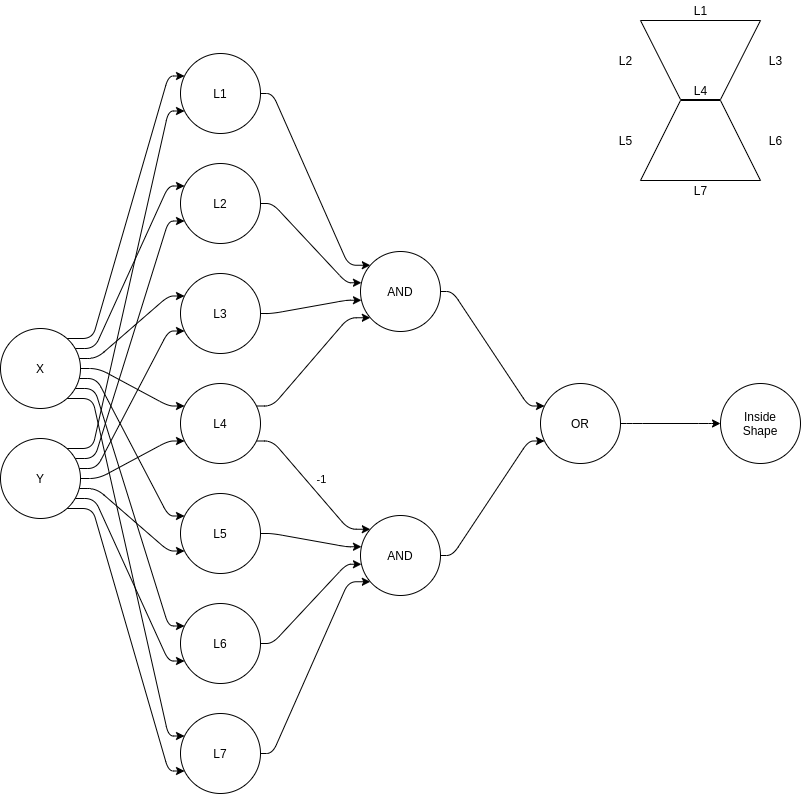
The draw.io diagram hourglass.png in joseph-coston/Multilayer-Perceptron, before a commit. Source tidied: cells renumbered, new cells last; positions are measured from the earlier drawing's top-left corner, leaving out a move shared by most shapes.
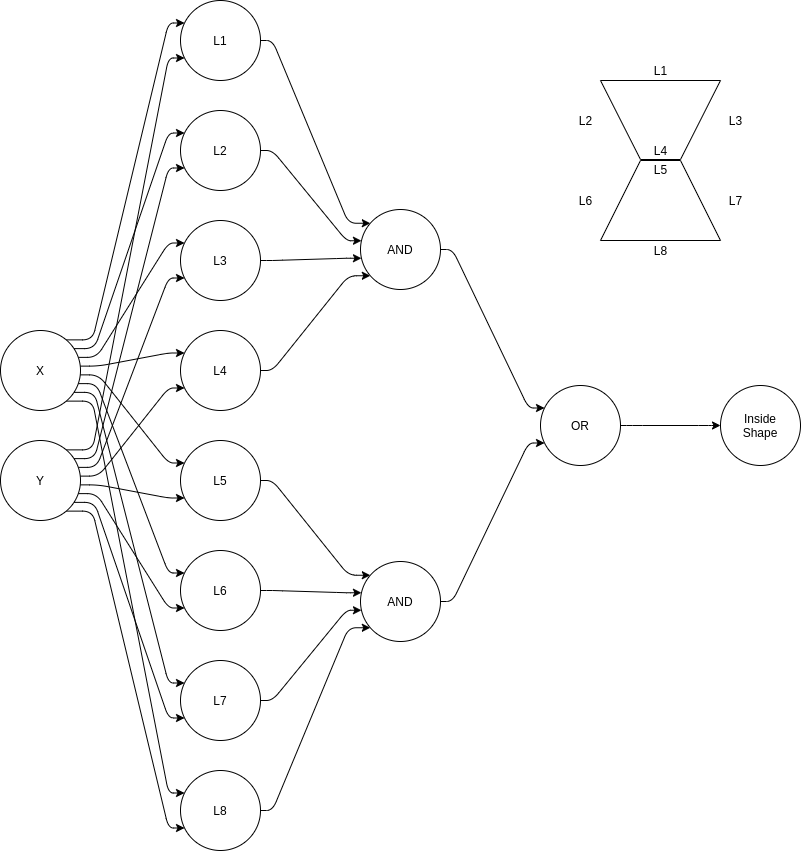
Above is the later version.

What changed in the source:
```diff
@@ -5,273 +5,290 @@
     <mxCell id="2" style="edgeStyle=none;html=1;noEdgeStyle=1;orthogonal=1;" parent="1" edge="1" source="9" target="11">
       <mxGeometry relative="1" as="geometry">
         <Array as="points">
-          <mxPoint x="92" y="338" />
-          <mxPoint x="168" y="75.5" />
+          <mxPoint x="92" y="319.4" />
+          <mxPoint x="168" y="2.5" />
         </Array>
       </mxGeometry>
     </mxCell>
     <mxCell id="3" style="edgeStyle=none;html=1;noEdgeStyle=1;orthogonal=1;" parent="1" edge="1" source="9" target="13">
       <mxGeometry relative="1" as="geometry">
         <Array as="points">
-          <mxPoint x="94" y="348" />
-          <mxPoint x="168" y="185.5" />
+          <mxPoint x="94" y="328.1" />
+          <mxPoint x="168" y="112.5" />
         </Array>
       </mxGeometry>
     </mxCell>
     <mxCell id="4" style="edgeStyle=none;html=1;noEdgeStyle=1;orthogonal=1;" parent="1" edge="1" source="9" target="15">
       <mxGeometry relative="1" as="geometry">
         <Array as="points">
-          <mxPoint x="96" y="358" />
-          <mxPoint x="168" y="295.5" />
+          <mxPoint x="96" y="336.9" />
+          <mxPoint x="168" y="222.5" />
         </Array>
       </mxGeometry>
     </mxCell>
     <mxCell id="5" style="edgeStyle=none;html=1;noEdgeStyle=1;orthogonal=1;" parent="1" edge="1" source="9" target="19">
       <mxGeometry relative="1" as="geometry">
         <Array as="points">
-          <mxPoint x="98" y="368" />
-          <mxPoint x="168" y="405.5" />
+          <mxPoint x="98" y="345.6" />
+          <mxPoint x="168" y="332.5" />
         </Array>
       </mxGeometry>
     </mxCell>
     <mxCell id="6" style="edgeStyle=none;html=1;noEdgeStyle=1;orthogonal=1;" parent="1" edge="1" source="9" target="31">
       <mxGeometry relative="1" as="geometry">
         <Array as="points">
-          <mxPoint x="96" y="378" />
-          <mxPoint x="168" y="515.5" />
+          <mxPoint x="98" y="354.4" />
+          <mxPoint x="168" y="442.5" />
         </Array>
       </mxGeometry>
     </mxCell>
     <mxCell id="7" style="edgeStyle=none;html=1;noEdgeStyle=1;orthogonal=1;" parent="1" edge="1" source="9" target="33">
       <mxGeometry relative="1" as="geometry">
         <Array as="points">
-          <mxPoint x="94" y="388" />
-          <mxPoint x="168" y="625.5" />
+          <mxPoint x="96" y="363.1" />
+          <mxPoint x="168" y="552.5" />
         </Array>
       </mxGeometry>
     </mxCell>
     <mxCell id="8" style="edgeStyle=none;html=1;noEdgeStyle=1;orthogonal=1;" parent="1" edge="1" source="9" target="35">
       <mxGeometry relative="1" as="geometry">
         <Array as="points">
-          <mxPoint x="92" y="398" />
-          <mxPoint x="168" y="735.5" />
+          <mxPoint x="94" y="371.9" />
+          <mxPoint x="168" y="662.5" />
         </Array>
       </mxGeometry>
     </mxCell>
+    <mxCell id="50" style="edgeStyle=none;html=1;noEdgeStyle=1;orthogonal=1;" parent="1" edge="1" source="9" target="53">
+      <mxGeometry relative="1" as="geometry">
+        <Array as="points">
+          <mxPoint x="92" y="380.6" />
+          <mxPoint x="168" y="772.5" />
+        </Array>
+      </mxGeometry>
+    </mxCell>
     <mxCell id="9" value="X" style="ellipse;whiteSpace=wrap;html=1;" parent="1" vertex="1">
-      <mxGeometry y="328" width="80" height="80" as="geometry" />
+      <mxGeometry y="310" width="80" height="80" as="geometry" />
     </mxCell>
     <mxCell id="10" style="edgeStyle=none;html=1;noEdgeStyle=1;orthogonal=1;" parent="1" edge="1" source="11" target="21">
       <mxGeometry relative="1" as="geometry">
         <Array as="points">
-          <mxPoint x="272" y="93" />
-          <mxPoint x="348" y="264.7" />
+          <mxPoint x="272" y="20" />
+          <mxPoint x="348" y="202.8" />
         </Array>
       </mxGeometry>
     </mxCell>
     <mxCell id="11" value="L1" style="ellipse;whiteSpace=wrap;html=1;" parent="1" vertex="1">
-      <mxGeometry x="180" y="53" width="80" height="80" as="geometry" />
+      <mxGeometry x="180" y="-20" width="80" height="80" as="geometry" />
     </mxCell>
     <mxCell id="12" style="edgeStyle=none;html=1;noEdgeStyle=1;orthogonal=1;" parent="1" edge="1" source="13" target="21">
       <mxGeometry relative="1" as="geometry">
         <Array as="points">
-          <mxPoint x="272" y="203" />
-          <mxPoint x="346" y="282.2" />
+          <mxPoint x="272" y="130" />
+          <mxPoint x="346" y="220.2" />
         </Array>
       </mxGeometry>
     </mxCell>
     <mxCell id="13" value="L2" style="ellipse;whiteSpace=wrap;html=1;" parent="1" vertex="1">
-      <mxGeometry x="180" y="163" width="80" height="80" as="geometry" />
+      <mxGeometry x="180" y="90" width="80" height="80" as="geometry" />
     </mxCell>
     <mxCell id="14" style="edgeStyle=none;html=1;noEdgeStyle=1;orthogonal=1;" parent="1" edge="1" source="15" target="21">
       <mxGeometry relative="1" as="geometry">
         <Array as="points">
-          <mxPoint x="272" y="313" />
-          <mxPoint x="346" y="299.7" />
+          <mxPoint x="272" y="240" />
+          <mxPoint x="346" y="237.8" />
         </Array>
       </mxGeometry>
     </mxCell>
     <mxCell id="15" value="L3" style="ellipse;whiteSpace=wrap;html=1;" parent="1" vertex="1">
-      <mxGeometry x="180" y="273" width="80" height="80" as="geometry" />
+      <mxGeometry x="180" y="200" width="80" height="80" as="geometry" />
     </mxCell>
     <mxCell id="16" style="edgeStyle=none;html=1;noEdgeStyle=1;orthogonal=1;" parent="1" edge="1" source="19" target="21">
       <mxGeometry relative="1" as="geometry">
         <Array as="points">
-          <mxPoint x="272" y="405.5" />
-          <mxPoint x="348" y="317.2" />
+          <mxPoint x="272" y="350" />
+          <mxPoint x="348" y="255.2" />
         </Array>
       </mxGeometry>
     </mxCell>
-    <mxCell id="17" style="edgeStyle=none;html=1;noEdgeStyle=1;orthogonal=1;" parent="1" edge="1" source="19" target="37">
-      <mxGeometry relative="1" as="geometry">
-        <Array as="points">
-          <mxPoint x="272" y="440.5" />
-          <mxPoint x="348" y="528.8" />
-        </Array>
-      </mxGeometry>
-    </mxCell>
-    <mxCell id="18" value="-1" style="edgeLabel;html=1;align=center;verticalAlign=middle;" parent="17" vertex="1">
-      <mxGeometry x="3.67" y="5.67" relative="1" as="geometry">
-        <mxPoint x="-255" y="-45" as="offset" />
-      </mxGeometry>
-    </mxCell>
     <mxCell id="19" value="L4" style="ellipse;whiteSpace=wrap;html=1;" parent="1" vertex="1">
-      <mxGeometry x="180" y="383" width="80" height="80" as="geometry" />
+      <mxGeometry x="180" y="310" width="80" height="80" as="geometry" />
     </mxCell>
     <mxCell id="20" style="edgeStyle=none;html=1;noEdgeStyle=1;orthogonal=1;" parent="1" edge="1" source="21" target="39">
       <mxGeometry relative="1" as="geometry">
         <Array as="points">
-          <mxPoint x="452" y="291" />
-          <mxPoint x="528" y="405.5" />
+          <mxPoint x="452" y="229" />
+          <mxPoint x="528" y="387.5" />
         </Array>
       </mxGeometry>
     </mxCell>
     <mxCell id="21" value="AND" style="ellipse;whiteSpace=wrap;html=1;" parent="1" vertex="1">
-      <mxGeometry x="360" y="251" width="80" height="80" as="geometry" />
+      <mxGeometry x="360" y="189" width="80" height="80" as="geometry" />
     </mxCell>
     <mxCell id="22" style="edgeStyle=none;html=1;noEdgeStyle=1;orthogonal=1;" parent="1" edge="1" source="29" target="31">
       <mxGeometry relative="1" as="geometry">
         <Array as="points">
-          <mxPoint x="96" y="488" />
-          <mxPoint x="168" y="550.5" />
+          <mxPoint x="98" y="464.4" />
+          <mxPoint x="168" y="477.5" />
         </Array>
       </mxGeometry>
     </mxCell>
     <mxCell id="23" style="edgeStyle=none;html=1;noEdgeStyle=1;orthogonal=1;" parent="1" edge="1" source="29" target="33">
       <mxGeometry relative="1" as="geometry">
         <Array as="points">
-          <mxPoint x="94" y="498" />
-          <mxPoint x="168" y="660.5" />
+          <mxPoint x="96" y="473.1" />
+          <mxPoint x="168" y="587.5" />
         </Array>
       </mxGeometry>
     </mxCell>
     <mxCell id="24" style="edgeStyle=none;html=1;noEdgeStyle=1;orthogonal=1;" parent="1" edge="1" source="29" target="35">
       <mxGeometry relative="1" as="geometry">
         <Array as="points">
-          <mxPoint x="92" y="508" />
-          <mxPoint x="168" y="770.5" />
+          <mxPoint x="94" y="481.9" />
+          <mxPoint x="168" y="697.5" />
         </Array>
       </mxGeometry>
     </mxCell>
     <mxCell id="25" style="edgeStyle=none;html=1;noEdgeStyle=1;orthogonal=1;" parent="1" edge="1" source="29" target="11">
       <mxGeometry relative="1" as="geometry">
         <Array as="points">
-          <mxPoint x="92" y="448" />
-          <mxPoint x="168" y="110.5" />
+          <mxPoint x="92" y="429.4" />
+          <mxPoint x="168" y="37.5" />
         </Array>
       </mxGeometry>
     </mxCell>
     <mxCell id="26" style="edgeStyle=none;html=1;noEdgeStyle=1;orthogonal=1;" parent="1" edge="1" source="29" target="13">
       <mxGeometry relative="1" as="geometry">
         <Array as="points">
-          <mxPoint x="94" y="458" />
-          <mxPoint x="168" y="220.5" />
+          <mxPoint x="94" y="438.1" />
+          <mxPoint x="168" y="147.5" />
         </Array>
       </mxGeometry>
     </mxCell>
     <mxCell id="27" style="edgeStyle=none;html=1;noEdgeStyle=1;orthogonal=1;" parent="1" edge="1" source="29" target="15">
       <mxGeometry relative="1" as="geometry">
         <Array as="points">
-          <mxPoint x="96" y="468" />
-          <mxPoint x="168" y="330.5" />
+          <mxPoint x="96" y="446.9" />
+          <mxPoint x="168" y="257.5" />
         </Array>
       </mxGeometry>
     </mxCell>
     <mxCell id="28" style="edgeStyle=none;html=1;noEdgeStyle=1;orthogonal=1;" parent="1" edge="1" source="29" target="19">
       <mxGeometry relative="1" as="geometry">
         <Array as="points">
-          <mxPoint x="98" y="478" />
-          <mxPoint x="168" y="440.5" />
+          <mxPoint x="98" y="455.6" />
+          <mxPoint x="168" y="367.5" />
         </Array>
       </mxGeometry>
     </mxCell>
+    <mxCell id="51" style="edgeStyle=none;html=1;noEdgeStyle=1;orthogonal=1;" parent="1" edge="1" source="29" target="53">
+      <mxGeometry relative="1" as="geometry">
+        <Array as="points">
+          <mxPoint x="92" y="490.6" />
+          <mxPoint x="168" y="807.5" />
+        </Array>
+      </mxGeometry>
+    </mxCell>
     <mxCell id="29" value="Y" style="ellipse;whiteSpace=wrap;html=1;" parent="1" vertex="1">
-      <mxGeometry y="438" width="80" height="80" as="geometry" />
+      <mxGeometry y="420" width="80" height="80" as="geometry" />
     </mxCell>
     <mxCell id="30" style="edgeStyle=none;html=1;noEdgeStyle=1;orthogonal=1;" parent="1" edge="1" source="31" target="37">
       <mxGeometry relative="1" as="geometry">
         <Array as="points">
-          <mxPoint x="272" y="533" />
-          <mxPoint x="346" y="546.2" />
+          <mxPoint x="272" y="460" />
+          <mxPoint x="348" y="554.8" />
         </Array>
       </mxGeometry>
     </mxCell>
     <mxCell id="31" value="L5" style="ellipse;whiteSpace=wrap;html=1;" parent="1" vertex="1">
-      <mxGeometry x="180" y="493" width="80" height="80" as="geometry" />
+      <mxGeometry x="180" y="420" width="80" height="80" as="geometry" />
     </mxCell>
     <mxCell id="32" style="edgeStyle=none;html=1;noEdgeStyle=1;orthogonal=1;" parent="1" edge="1" source="33" target="37">
       <mxGeometry relative="1" as="geometry">
         <Array as="points">
-          <mxPoint x="272" y="643" />
-          <mxPoint x="346" y="563.8" />
+          <mxPoint x="272" y="570" />
+          <mxPoint x="346" y="572.2" />
         </Array>
       </mxGeometry>
     </mxCell>
     <mxCell id="33" value="L6" style="ellipse;whiteSpace=wrap;html=1;" parent="1" vertex="1">
-      <mxGeometry x="180" y="603" width="80" height="80" as="geometry" />
+      <mxGeometry x="180" y="530" width="80" height="80" as="geometry" />
     </mxCell>
     <mxCell id="34" style="edgeStyle=none;html=1;noEdgeStyle=1;orthogonal=1;" parent="1" edge="1" source="35" target="37">
       <mxGeometry relative="1" as="geometry">
         <Array as="points">
-          <mxPoint x="272" y="753" />
-          <mxPoint x="348" y="581.2" />
+          <mxPoint x="272" y="680" />
+          <mxPoint x="346" y="589.8" />
         </Array>
       </mxGeometry>
     </mxCell>
     <mxCell id="35" value="L7" style="ellipse;whiteSpace=wrap;html=1;" parent="1" vertex="1">
-      <mxGeometry x="180" y="713" width="80" height="80" as="geometry" />
+      <mxGeometry x="180" y="640" width="80" height="80" as="geometry" />
     </mxCell>
     <mxCell id="36" style="edgeStyle=none;html=1;noEdgeStyle=1;orthogonal=1;" parent="1" edge="1" source="37" target="39">
       <mxGeometry relative="1" as="geometry">
         <Array as="points">
-          <mxPoint x="452" y="555" />
-          <mxPoint x="528" y="440.5" />
+          <mxPoint x="452" y="581" />
+          <mxPoint x="528" y="422.5" />
         </Array>
       </mxGeometry>
     </mxCell>
     <mxCell id="37" value="AND" style="ellipse;whiteSpace=wrap;html=1;" parent="1" vertex="1">
-      <mxGeometry x="360" y="515" width="80" height="80" as="geometry" />
+      <mxGeometry x="360" y="541" width="80" height="80" as="geometry" />
     </mxCell>
     <mxCell id="38" style="edgeStyle=none;html=1;noEdgeStyle=1;orthogonal=1;" parent="1" edge="1" source="39" target="40">
       <mxGeometry relative="1" as="geometry">
         <Array as="points">
-          <mxPoint x="632" y="423" />
-          <mxPoint x="708" y="423" />
+          <mxPoint x="632" y="405" />
+          <mxPoint x="708" y="405" />
         </Array>
       </mxGeometry>
     </mxCell>
     <mxCell id="39" value="OR" style="ellipse;whiteSpace=wrap;html=1;" parent="1" vertex="1">
-      <mxGeometry x="540" y="383" width="80" height="80" as="geometry" />
+      <mxGeometry x="540" y="365" width="80" height="80" as="geometry" />
     </mxCell>
     <mxCell id="40" value="Inside&lt;br&gt;Shape" style="ellipse;whiteSpace=wrap;html=1;" parent="1" vertex="1">
-      <mxGeometry x="720" y="383" width="80" height="80" as="geometry" />
+      <mxGeometry x="720" y="365" width="80" height="80" as="geometry" />
     </mxCell>
-    <mxCell id="41" style="shape=trapezoid;perimeter=trapezoidPerimeter;whiteSpace=wrap;html=1;fixedSize=1;size=40;" parent="1" vertex="1">
-      <mxGeometry x="640" y="100" width="120" height="80" as="geometry" />
-    </mxCell>
-    <mxCell id="42" style="shape=trapezoid;perimeter=trapezoidPerimeter;whiteSpace=wrap;html=1;fixedSize=1;rotation=-180;size=40;" parent="1" vertex="1">
-      <mxGeometry x="640" y="20" width="120" height="79" as="geometry" />
-    </mxCell>
+    <mxCell id="52" style="edgeStyle=none;html=1;noEdgeStyle=1;orthogonal=1;" parent="1" edge="1" source="53" target="37">
+      <mxGeometry relative="1" as="geometry">
+        <Array as="points">
+          <mxPoint x="272" y="790" />
+          <mxPoint x="348" y="607.2" />
+        </Array>
+      </mxGeometry>
+    </mxCell>
+    <mxCell id="53" value="L8" style="ellipse;whiteSpace=wrap;html=1;" parent="1" vertex="1">
+      <mxGeometry x="180" y="750" width="80" height="80" as="geometry" />
+    </mxCell>
+    <mxCell id="54" style="shape=trapezoid;perimeter=trapezoidPerimeter;whiteSpace=wrap;html=1;fixedSize=1;size=40;" parent="1" vertex="1">
+      <mxGeometry x="600" y="140" width="120" height="80" as="geometry" />
+    </mxCell>
+    <mxCell id="55" style="shape=trapezoid;perimeter=trapezoidPerimeter;whiteSpace=wrap;html=1;fixedSize=1;rotation=-180;size=40;" parent="1" vertex="1">
+      <mxGeometry x="600" y="60" width="120" height="79" as="geometry" />
+    </mxCell>
     <mxCell id="43" value="L1" style="text;html=1;align=center;verticalAlign=middle;strokeColor=none;" parent="1" vertex="1">
-      <mxGeometry x="685" width="30" height="20" as="geometry" />
+      <mxGeometry x="645" y="40" width="30" height="20" as="geometry" />
     </mxCell>
     <mxCell id="44" value="L2" style="text;html=1;align=center;verticalAlign=middle;strokeColor=none;" parent="1" vertex="1">
-      <mxGeometry x="610" y="50" width="30" height="20" as="geometry" />
+      <mxGeometry x="570" y="90" width="30" height="20" as="geometry" />
     </mxCell>
     <mxCell id="45" value="L3" style="text;html=1;align=center;verticalAlign=middle;strokeColor=none;" parent="1" vertex="1">
-      <mxGeometry x="760" y="49.5" width="30" height="20" as="geometry" />
+      <mxGeometry x="720" y="89.5" width="30" height="20" as="geometry" />
     </mxCell>
     <mxCell id="46" value="L4" style="text;html=1;align=center;verticalAlign=middle;strokeColor=none;" parent="1" vertex="1">
-      <mxGeometry x="685" y="80" width="30" height="20" as="geometry" />
+      <mxGeometry x="645" y="120" width="30" height="20" as="geometry" />
     </mxCell>
-    <mxCell id="47" value="L5" style="text;html=1;align=center;verticalAlign=middle;strokeColor=none;" parent="1" vertex="1">
-      <mxGeometry x="610" y="130" width="30" height="20" as="geometry" />
-    </mxCell>
     <mxCell id="48" value="L6" style="text;html=1;align=center;verticalAlign=middle;strokeColor=none;" parent="1" vertex="1">
-      <mxGeometry x="760" y="130" width="30" height="20" as="geometry" />
+      <mxGeometry x="570" y="170" width="30" height="20" as="geometry" />
     </mxCell>
     <mxCell id="49" value="L7" style="text;html=1;align=center;verticalAlign=middle;strokeColor=none;" parent="1" vertex="1">
-      <mxGeometry x="685" y="180" width="30" height="20" as="geometry" />
+      <mxGeometry x="720" y="170" width="30" height="20" as="geometry" />
     </mxCell>
+    <mxCell id="56" value="L8" style="text;html=1;align=center;verticalAlign=middle;strokeColor=none;" parent="1" vertex="1">
+      <mxGeometry x="645" y="220" width="30" height="20" as="geometry" />
+    </mxCell>
+    <mxCell id="47" value="L5" style="text;html=1;align=center;verticalAlign=middle;strokeColor=none;" parent="1" vertex="1">
+      <mxGeometry x="645" y="139" width="30" height="20" as="geometry" />
+    </mxCell>
   </root>
 </mxGraphModel>
```
